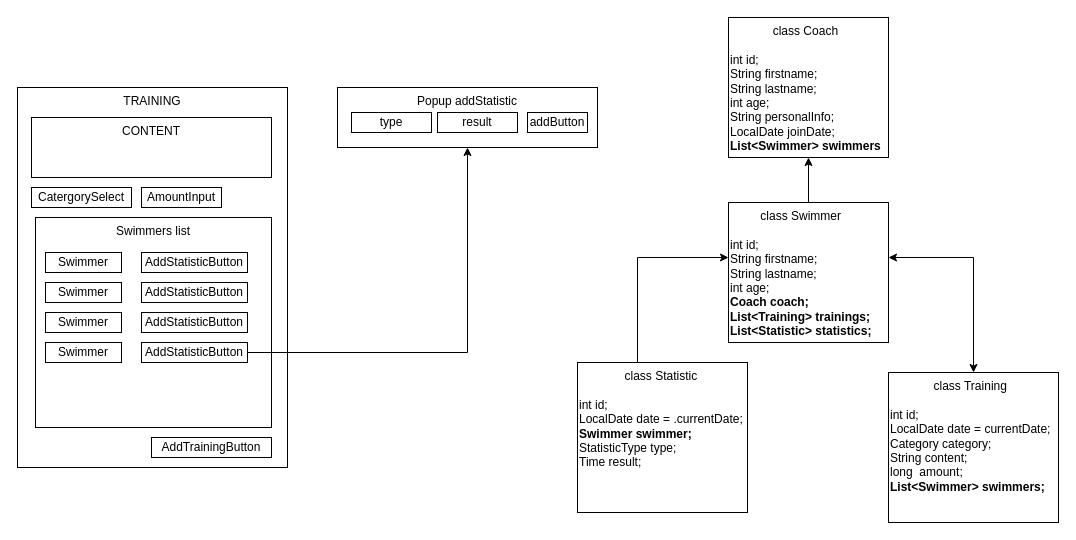
Kur0liszek/nauka keeps this draw.io diagram as page "Page-3" (3 of 4) of spring-boot-and-angular-project.drawio. Above is the earlier version. Source tidied: cells renumbered, new cells numbered last; positions are measured from the earlier drawing's top-left corner, leaving out a move shared by most shapes. Both pictures are drawn from the tidied source at 100%, with x=0, y=0 at pixel (17, 17).
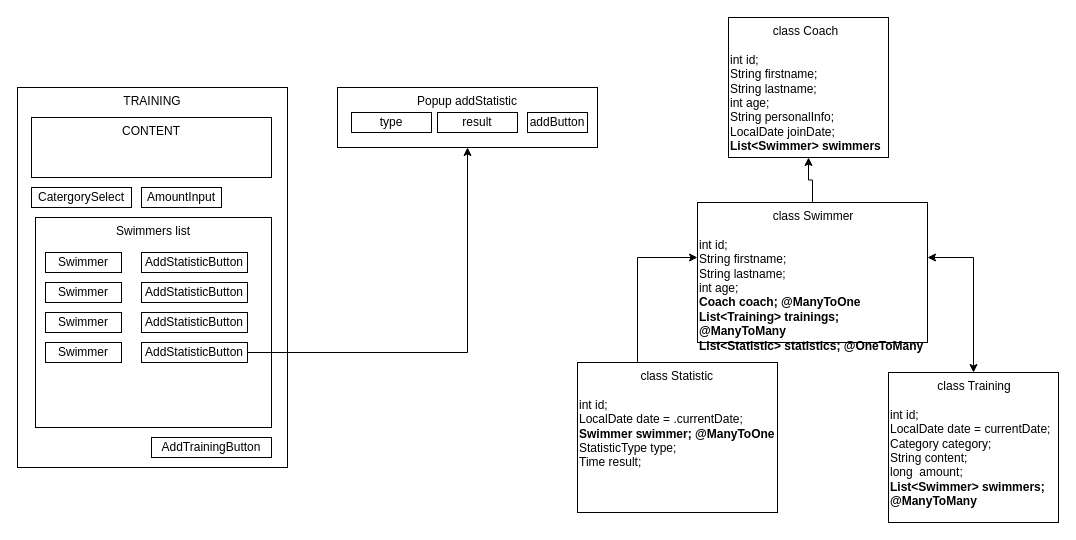
The same diagram, later.

Change to the diagram source:
```diff
@@
-    <mxCell id="20" value="&lt;div style=&quot;text-align: center&quot;&gt;&lt;span&gt;class Statistic&lt;/span&gt;&lt;/div&gt;&lt;br&gt;int id;&lt;br&gt;LocalDate date = .currentDate;&lt;br&gt;&lt;b&gt;Swimmer swimmer;&lt;/b&gt;&lt;br&gt;StatisticType type;&lt;br&gt;Time result;" style="whiteSpace=wrap;html=1;verticalAlign=top;align=left;" parent="1" vertex="1">
-      <mxGeometry x="560" y="345" width="170" height="150" as="geometry" />
+    <mxCell id="20" value="&lt;div style=&quot;text-align: center&quot;&gt;&lt;span&gt;class Statistic&lt;/span&gt;&lt;/div&gt;&lt;br&gt;int id;&lt;br&gt;LocalDate date = .currentDate;&lt;br&gt;&lt;b&gt;Swimmer swimmer; @ManyToOne&lt;/b&gt;&lt;br&gt;StatisticType type;&lt;br&gt;Time result;" style="whiteSpace=wrap;html=1;verticalAlign=top;align=left;" parent="1" vertex="1">
+      <mxGeometry x="560" y="345" width="200" height="150" as="geometry" />
     </mxCell>
@@
-    <mxCell id="22" value="&lt;div style=&quot;text-align: center&quot;&gt;&lt;span&gt;class Training&lt;/span&gt;&lt;/div&gt;&lt;div&gt;&lt;br&gt;&lt;/div&gt;int id;&lt;br&gt;LocalDate date = currentDate;&lt;br&gt;Category category;&lt;br&gt;String content;&lt;br&gt;long&amp;nbsp; amount;&lt;br&gt;&lt;b&gt;List&amp;lt;Swimmer&amp;gt; swimmers;&lt;/b&gt;" style="whiteSpace=wrap;html=1;verticalAlign=top;align=left;" parent="1" vertex="1">
+    <mxCell id="22" value="&lt;div style=&quot;text-align: center&quot;&gt;&lt;span&gt;class Training&lt;/span&gt;&lt;/div&gt;&lt;div&gt;&lt;br&gt;&lt;/div&gt;int id;&lt;br&gt;LocalDate date = currentDate;&lt;br&gt;Category category;&lt;br&gt;String content;&lt;br&gt;long&amp;nbsp; amount;&lt;br&gt;&lt;b&gt;List&amp;lt;Swimmer&amp;gt; swimmers; @ManyToMany&lt;/b&gt;" style="whiteSpace=wrap;html=1;verticalAlign=top;align=left;" parent="1" vertex="1">
       <mxGeometry x="871" y="355" width="170" height="150" as="geometry" />
     </mxCell>
@@
-    <mxCell id="24" value="&lt;div style=&quot;text-align: center&quot;&gt;&lt;span&gt;class Swimmer&lt;/span&gt;&lt;/div&gt;&lt;div&gt;&lt;br&gt;&lt;/div&gt;int id;&lt;br&gt;String firstname;&lt;br&gt;String lastname;&lt;br&gt;int age;&lt;br&gt;&lt;b&gt;Coach coach;&lt;/b&gt;&lt;br&gt;&lt;b&gt;List&amp;lt;Training&amp;gt; trainings;&lt;br&gt;List&amp;lt;Statistic&amp;gt; statistics;&lt;br&gt;&lt;/b&gt;" style="whiteSpace=wrap;html=1;verticalAlign=top;align=left;" parent="1" vertex="1">
-      <mxGeometry x="711" y="185" width="160" height="140" as="geometry" />
+    <mxCell id="24" value="&lt;div style=&quot;text-align: center&quot;&gt;&lt;span&gt;class Swimmer&lt;/span&gt;&lt;/div&gt;&lt;div&gt;&lt;br&gt;&lt;/div&gt;int id;&lt;br&gt;String firstname;&lt;br&gt;String lastname;&lt;br&gt;int age;&lt;br&gt;&lt;b&gt;Coach coach; @ManyToOne&lt;/b&gt;&lt;br&gt;&lt;b&gt;List&amp;lt;Training&amp;gt; trainings; @ManyToMany&lt;br&gt;List&amp;lt;Statistic&amp;gt; statistics; @OneToMany&lt;br&gt;&lt;/b&gt;" style="whiteSpace=wrap;html=1;verticalAlign=top;align=left;" parent="1" vertex="1">
+      <mxGeometry x="680" y="185" width="230" height="140" as="geometry" />
     </mxCell>
```
